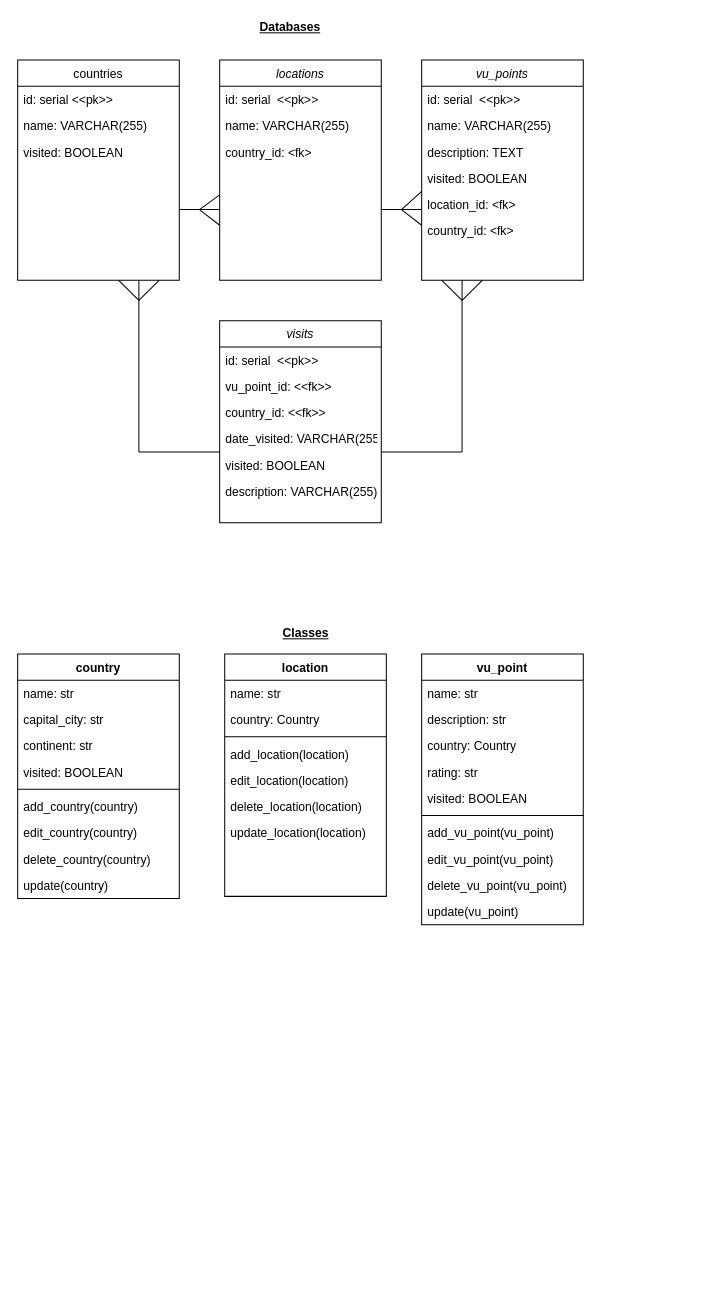
Before: vu_app_diagrams.drawio in crwils/VU-TravelTrackerApp, a draw.io diagram. Source tidied: cells renumbered, new cells numbered last; positions are measured from the earlier drawing's top-left corner, leaving out a move shared by most shapes. Both pictures are drawn from the tidied source at 101%, with x=0, y=0 at pixel (17, 17).
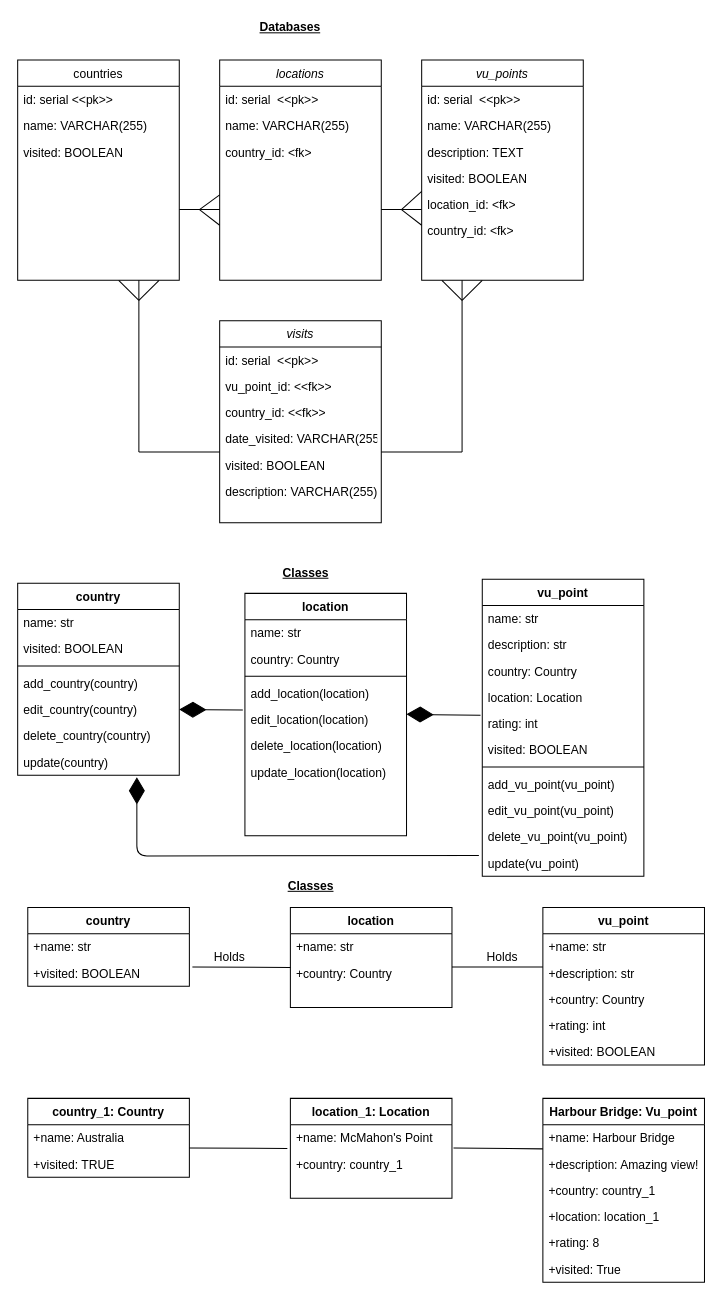
The same page after the edit.

Commit message (it also covers changes not shown here):
changed folder structure

The change refers to these unchanged cells:
```xml
<mxCell id="66" value="edit_location(location)" style="text;strokeColor=none;fillColor=none;align=left;verticalAlign=top;spacingLeft=4;spacingRight=4;overflow=hidden;points=[[0,0.5],[1,0.5]];portConstraint=eastwest;" parent="61" vertex="1">
  <mxGeometry y="112" width="160" height="26" as="geometry" />
</mxCell>
```

The edit, as a diff of the source:
```diff
@@
     <mxCell id="21" value="Classes" style="text;html=1;align=center;verticalAlign=middle;strokeColor=none;fontStyle=5;" parent="1" vertex="1">
-      <mxGeometry x="255" y="600" width="60" height="20" as="geometry" />
+      <mxGeometry x="255" y="540" width="60" height="20" as="geometry" />
     </mxCell>
     <mxCell id="22" value="country" style="swimlane;fontStyle=1;align=center;verticalAlign=top;horizontal=1;startSize=26;" parent="1" vertex="1">
-      <mxGeometry y="630" width="160" height="242" as="geometry" />
+      <mxGeometry y="560" width="160" height="190" as="geometry" />
     </mxCell>
@@
-    <mxCell id="24" value="capital_city: str" style="text;strokeColor=none;fillColor=none;align=left;verticalAlign=top;spacingLeft=4;spacingRight=4;overflow=hidden;" parent="22" vertex="1">
-      <mxGeometry y="52" width="160" height="26" as="geometry" />
-    </mxCell>
-    <mxCell id="25" value="continent: str" style="text;strokeColor=none;fillColor=none;align=left;verticalAlign=top;spacingLeft=4;spacingRight=4;overflow=hidden;" parent="22" vertex="1">
-      <mxGeometry y="78" width="160" height="26" as="geometry" />
-    </mxCell>
     <mxCell id="26" value="visited: BOOLEAN" style="text;strokeColor=none;fillColor=none;align=left;verticalAlign=top;spacingLeft=4;spacingRight=4;overflow=hidden;" parent="22" vertex="1">
-      <mxGeometry y="104" width="160" height="26" as="geometry" />
+      <mxGeometry y="52" width="160" height="26" as="geometry" />
     </mxCell>
     <mxCell id="27" style="line;strokeWidth=1;fillColor=none;align=left;verticalAlign=middle;spacingTop=-1;spacingLeft=3;spacingRight=3;labelPosition=right;" parent="22" vertex="1">
-      <mxGeometry y="130" width="160" height="8" as="geometry" />
+      <mxGeometry y="78" width="160" height="8" as="geometry" />
     </mxCell>
     <mxCell id="28" value="add_country(country)" style="text;strokeColor=none;fillColor=none;align=left;verticalAlign=top;spacingLeft=4;spacingRight=4;overflow=hidden;" parent="22" vertex="1">
-      <mxGeometry y="138" width="160" height="26" as="geometry" />
+      <mxGeometry y="86" width="160" height="26" as="geometry" />
     </mxCell>
     <mxCell id="29" value="edit_country(country)" style="text;strokeColor=none;fillColor=none;align=left;verticalAlign=top;spacingLeft=4;spacingRight=4;overflow=hidden;points=[[0,0.5],[1,0.5]];portConstraint=eastwest;" parent="22" vertex="1">
-      <mxGeometry y="164" width="160" height="26" as="geometry" />
+      <mxGeometry y="112" width="160" height="26" as="geometry" />
     </mxCell>
     <mxCell id="30" value="delete_country(country)" style="text;strokeColor=none;fillColor=none;align=left;verticalAlign=top;spacingLeft=4;spacingRight=4;overflow=hidden;" parent="22" vertex="1">
-      <mxGeometry y="190" width="160" height="26" as="geometry" />
+      <mxGeometry y="138" width="160" height="26" as="geometry" />
     </mxCell>
     <mxCell id="31" value="update(country)" style="text;strokeColor=none;fillColor=none;align=left;verticalAlign=top;spacingLeft=4;spacingRight=4;overflow=hidden;" parent="22" vertex="1">
-      <mxGeometry y="216" width="160" height="26" as="geometry" />
+      <mxGeometry y="164" width="160" height="26" as="geometry" />
     </mxCell>
     <mxCell id="32" value="vu_point" style="swimlane;fontStyle=1;align=center;verticalAlign=top;horizontal=1;startSize=26;" parent="1" vertex="1">
-      <mxGeometry x="400" y="630" width="160" height="268" as="geometry" />
+      <mxGeometry x="460" y="556" width="160" height="294" as="geometry" />
     </mxCell>
@@
+    <mxCell id="69" value="location: Location" style="text;strokeColor=none;fillColor=none;align=left;verticalAlign=top;spacingLeft=4;spacingRight=4;overflow=hidden;" parent="32" vertex="1">
+      <mxGeometry y="104" width="160" height="26" as="geometry" />
+    </mxCell>
-    <mxCell id="36" value="rating: str" style="text;strokeColor=none;fillColor=none;align=left;verticalAlign=top;spacingLeft=4;spacingRight=4;overflow=hidden;points=[[0,0.5],[1,0.5]];portConstraint=eastwest;" parent="32" vertex="1">
-      <mxGeometry y="104" width="160" height="26" as="geometry" />
+    <mxCell id="36" value="rating: int" style="text;strokeColor=none;fillColor=none;align=left;verticalAlign=top;spacingLeft=4;spacingRight=4;overflow=hidden;points=[[0,0.5],[1,0.5]];portConstraint=eastwest;" parent="32" vertex="1">
+      <mxGeometry y="130" width="160" height="26" as="geometry" />
     </mxCell>
     <mxCell id="37" value="visited: BOOLEAN" style="text;strokeColor=none;fillColor=none;align=left;verticalAlign=top;spacingLeft=4;spacingRight=4;overflow=hidden;" parent="32" vertex="1">
-      <mxGeometry y="130" width="160" height="26" as="geometry" />
+      <mxGeometry y="156" width="160" height="26" as="geometry" />
     </mxCell>
     <mxCell id="38" style="line;strokeWidth=1;fillColor=none;align=left;verticalAlign=middle;spacingTop=-1;spacingLeft=3;spacingRight=3;labelPosition=right;" parent="32" vertex="1">
-      <mxGeometry y="156" width="160" height="8" as="geometry" />
+      <mxGeometry y="182" width="160" height="8" as="geometry" />
     </mxCell>
     <mxCell id="39" value="add_vu_point(vu_point)" style="text;strokeColor=none;fillColor=none;align=left;verticalAlign=top;spacingLeft=4;spacingRight=4;overflow=hidden;" parent="32" vertex="1">
-      <mxGeometry y="164" width="160" height="26" as="geometry" />
+      <mxGeometry y="190" width="160" height="26" as="geometry" />
     </mxCell>
     <mxCell id="40" value="edit_vu_point(vu_point)" style="text;strokeColor=none;fillColor=none;align=left;verticalAlign=top;spacingLeft=4;spacingRight=4;overflow=hidden;" parent="32" vertex="1">
-      <mxGeometry y="190" width="160" height="26" as="geometry" />
+      <mxGeometry y="216" width="160" height="26" as="geometry" />
     </mxCell>
     <mxCell id="41" value="delete_vu_point(vu_point)" style="text;strokeColor=none;fillColor=none;align=left;verticalAlign=top;spacingLeft=4;spacingRight=4;overflow=hidden;" parent="32" vertex="1">
-      <mxGeometry y="216" width="160" height="26" as="geometry" />
+      <mxGeometry y="242" width="160" height="26" as="geometry" />
     </mxCell>
     <mxCell id="42" value="update(vu_point)" style="text;strokeColor=none;fillColor=none;align=left;verticalAlign=top;spacingLeft=4;spacingRight=4;overflow=hidden;points=[[0,0.5],[1,0.5]];portConstraint=eastwest;" parent="32" vertex="1">
-      <mxGeometry y="242" width="160" height="26" as="geometry" />
+      <mxGeometry y="268" width="160" height="26" as="geometry" />
     </mxCell>
@@
     <mxCell id="61" value="location" style="swimlane;fontStyle=1;align=center;verticalAlign=top;horizontal=1;startSize=26;rounded=0;shadow=0;strokeWidth=1;" parent="1" vertex="1">
-      <mxGeometry x="205" y="630" width="160" height="240" as="geometry" />
+      <mxGeometry x="225" y="570" width="160" height="240" as="geometry" />
     </mxCell>
@@
+    <mxCell id="70" value="Classes" style="text;html=1;align=center;verticalAlign=middle;strokeColor=none;fontStyle=5;" parent="1" vertex="1">
+      <mxGeometry x="260" y="850" width="60" height="20" as="geometry" />
+    </mxCell>
+    <mxCell id="71" value="country" style="swimlane;fontStyle=1;align=center;verticalAlign=top;horizontal=1;startSize=26;" parent="1" vertex="1">
+      <mxGeometry x="10" y="881" width="160" height="78" as="geometry" />
+    </mxCell>
+    <mxCell id="72" value="+name: str" style="text;strokeColor=none;fillColor=none;align=left;verticalAlign=top;spacingLeft=4;spacingRight=4;overflow=hidden;" parent="71" vertex="1">
+      <mxGeometry y="26" width="160" height="26" as="geometry" />
+    </mxCell>
+    <mxCell id="73" value="+visited: BOOLEAN" style="text;strokeColor=none;fillColor=none;align=left;verticalAlign=top;spacingLeft=4;spacingRight=4;overflow=hidden;" parent="71" vertex="1">
+      <mxGeometry y="52" width="160" height="26" as="geometry" />
+    </mxCell>
+    <mxCell id="74" value="vu_point" style="swimlane;fontStyle=1;align=center;verticalAlign=top;horizontal=1;startSize=26;" parent="1" vertex="1">
+      <mxGeometry x="520" y="881" width="160" height="156" as="geometry" />
+    </mxCell>
+    <mxCell id="75" value="+name: str" style="text;strokeColor=none;fillColor=none;align=left;verticalAlign=top;spacingLeft=4;spacingRight=4;overflow=hidden;" parent="74" vertex="1">
+      <mxGeometry y="26" width="160" height="26" as="geometry" />
+    </mxCell>
+    <mxCell id="76" value="+description: str" style="text;strokeColor=none;fillColor=none;align=left;verticalAlign=top;spacingLeft=4;spacingRight=4;overflow=hidden;" parent="74" vertex="1">
+      <mxGeometry y="52" width="160" height="26" as="geometry" />
+    </mxCell>
+    <mxCell id="77" value="+country: Country" style="text;strokeColor=none;fillColor=none;align=left;verticalAlign=top;spacingLeft=4;spacingRight=4;overflow=hidden;" parent="74" vertex="1">
+      <mxGeometry y="78" width="160" height="26" as="geometry" />
+    </mxCell>
+    <mxCell id="78" value="+rating: int" style="text;strokeColor=none;fillColor=none;align=left;verticalAlign=top;spacingLeft=4;spacingRight=4;overflow=hidden;" parent="74" vertex="1">
+      <mxGeometry y="104" width="160" height="26" as="geometry" />
+    </mxCell>
+    <mxCell id="79" value="+visited: BOOLEAN" style="text;strokeColor=none;fillColor=none;align=left;verticalAlign=top;spacingLeft=4;spacingRight=4;overflow=hidden;" parent="74" vertex="1">
+      <mxGeometry y="130" width="160" height="26" as="geometry" />
+    </mxCell>
+    <mxCell id="80" value="location" style="swimlane;fontStyle=1;align=center;verticalAlign=top;horizontal=1;startSize=26;rounded=0;shadow=0;strokeWidth=1;" parent="1" vertex="1">
+      <mxGeometry x="270" y="881" width="160" height="99" as="geometry" />
+    </mxCell>
+    <mxCell id="81" value="+name: str" style="text;align=left;verticalAlign=top;spacingLeft=4;spacingRight=4;overflow=hidden;" parent="80" vertex="1">
+      <mxGeometry y="26" width="160" height="26" as="geometry" />
+    </mxCell>
+    <mxCell id="82" value="+country: Country" style="text;align=left;verticalAlign=top;spacingLeft=4;spacingRight=4;overflow=hidden;points=[[0,0.5],[1,0.5]];portConstraint=eastwest;rounded=0;shadow=0;html=0;" parent="80" vertex="1">
+      <mxGeometry y="52" width="160" height="26" as="geometry" />
+    </mxCell>
+    <mxCell id="83" value="country_1: Country" style="swimlane;fontStyle=1;align=center;verticalAlign=top;horizontal=1;startSize=26;" parent="1" vertex="1">
+      <mxGeometry x="10" y="1070" width="160" height="78" as="geometry" />
+    </mxCell>
+    <mxCell id="84" value="+name: Australia" style="text;strokeColor=none;fillColor=none;align=left;verticalAlign=top;spacingLeft=4;spacingRight=4;overflow=hidden;" parent="83" vertex="1">
+      <mxGeometry y="26" width="160" height="26" as="geometry" />
+    </mxCell>
+    <mxCell id="85" value="+visited: TRUE" style="text;strokeColor=none;fillColor=none;align=left;verticalAlign=top;spacingLeft=4;spacingRight=4;overflow=hidden;" parent="83" vertex="1">
+      <mxGeometry y="52" width="160" height="26" as="geometry" />
+    </mxCell>
+    <mxCell id="86" value="Harbour Bridge: Vu_point" style="swimlane;fontStyle=1;align=center;verticalAlign=top;horizontal=1;startSize=26;" parent="1" vertex="1">
+      <mxGeometry x="520" y="1070" width="160" height="182" as="geometry" />
+    </mxCell>
+    <mxCell id="87" value="+name: Harbour Bridge" style="text;strokeColor=none;fillColor=none;align=left;verticalAlign=top;spacingLeft=4;spacingRight=4;overflow=hidden;" parent="86" vertex="1">
+      <mxGeometry y="26" width="160" height="26" as="geometry" />
+    </mxCell>
+    <mxCell id="88" value="+description: Amazing view!" style="text;strokeColor=none;fillColor=none;align=left;verticalAlign=top;spacingLeft=4;spacingRight=4;overflow=hidden;" parent="86" vertex="1">
+      <mxGeometry y="52" width="160" height="26" as="geometry" />
+    </mxCell>
+    <mxCell id="89" value="+country: country_1" style="text;strokeColor=none;fillColor=none;align=left;verticalAlign=top;spacingLeft=4;spacingRight=4;overflow=hidden;" parent="86" vertex="1">
+      <mxGeometry y="78" width="160" height="26" as="geometry" />
+    </mxCell>
+    <mxCell id="90" value="+location: location_1" style="text;strokeColor=none;fillColor=none;align=left;verticalAlign=top;spacingLeft=4;spacingRight=4;overflow=hidden;" parent="86" vertex="1">
+      <mxGeometry y="104" width="160" height="26" as="geometry" />
+    </mxCell>
+    <mxCell id="91" value="+rating: 8" style="text;strokeColor=none;fillColor=none;align=left;verticalAlign=top;spacingLeft=4;spacingRight=4;overflow=hidden;" parent="86" vertex="1">
+      <mxGeometry y="130" width="160" height="26" as="geometry" />
+    </mxCell>
+    <mxCell id="92" value="+visited: True" style="text;strokeColor=none;fillColor=none;align=left;verticalAlign=top;spacingLeft=4;spacingRight=4;overflow=hidden;" parent="86" vertex="1">
+      <mxGeometry y="156" width="160" height="26" as="geometry" />
+    </mxCell>
+    <mxCell id="93" value="location_1: Location" style="swimlane;fontStyle=1;align=center;verticalAlign=top;horizontal=1;startSize=26;rounded=0;shadow=0;strokeWidth=1;" parent="1" vertex="1">
+      <mxGeometry x="270" y="1070" width="160" height="99" as="geometry" />
+    </mxCell>
+    <mxCell id="94" value="+name: McMahon's Point" style="text;align=left;verticalAlign=top;spacingLeft=4;spacingRight=4;overflow=hidden;" parent="93" vertex="1">
+      <mxGeometry y="26" width="160" height="26" as="geometry" />
+    </mxCell>
+    <mxCell id="95" value="+country: country_1" style="text;align=left;verticalAlign=top;spacingLeft=4;spacingRight=4;overflow=hidden;rounded=0;shadow=0;html=0;" parent="93" vertex="1">
+      <mxGeometry y="52" width="160" height="26" as="geometry" />
+    </mxCell>
+    <mxCell id="96" style="endArrow=none;html=1;entryX=0;entryY=0.286;entryDx=0;entryDy=0;entryPerimeter=0;" parent="1" edge="1" target="82">
+      <mxGeometry relative="1" as="geometry">
+        <mxPoint x="173" y="940" as="sourcePoint" />
+      </mxGeometry>
+    </mxCell>
+    <mxCell id="97" style="endArrow=none;html=1;exitX=1.02;exitY=0.286;exitDx=0;exitDy=0;exitPerimeter=0;" parent="1" edge="1">
+      <mxGeometry relative="1" as="geometry">
+        <mxPoint x="430" y="940" as="sourcePoint" />
+        <mxPoint x="520" y="940" as="targetPoint" />
+      </mxGeometry>
+    </mxCell>
+    <mxCell id="98" style="endArrow=none;html=1;entryX=0;entryY=0.286;entryDx=0;entryDy=0;entryPerimeter=0;" parent="1" edge="1">
+      <mxGeometry relative="1" as="geometry">
+        <mxPoint x="170" y="1119.2" as="sourcePoint" />
+        <mxPoint x="267" y="1119.6" as="targetPoint" />
+      </mxGeometry>
+    </mxCell>
+    <mxCell id="99" style="endArrow=none;html=1;" parent="1" edge="1">
+      <mxGeometry relative="1" as="geometry">
+        <mxPoint x="431.5" y="1119.2" as="sourcePoint" />
+        <mxPoint x="520" y="1120" as="targetPoint" />
+      </mxGeometry>
+    </mxCell>
+    <mxCell id="100" value="Holds" style="text;html=1;strokeColor=none;fillColor=none;align=center;verticalAlign=middle;whiteSpace=wrap;rounded=0;" parent="1" vertex="1">
+      <mxGeometry x="190" y="920" width="40" height="20" as="geometry" />
+    </mxCell>
+    <mxCell id="101" value="Holds" style="text;html=1;strokeColor=none;fillColor=none;align=center;verticalAlign=middle;whiteSpace=wrap;rounded=0;" parent="1" vertex="1">
+      <mxGeometry x="460" y="920" width="40" height="20" as="geometry" />
+    </mxCell>
+    <mxCell id="102" style="endArrow=diamondThin;endFill=1;endSize=24;html=1;entryX=1;entryY=0.5;entryDx=0;entryDy=0;exitX=-0.013;exitY=0.137;exitDx=0;exitDy=0;exitPerimeter=0;" parent="1" edge="1" source="66" target="29">
+      <mxGeometry relative="1" as="geometry" />
+    </mxCell>
+    <mxCell id="103" style="endArrow=diamondThin;endFill=1;endSize=24;html=1;entryX=1;entryY=0.5;entryDx=0;entryDy=0;exitX=-0.011;exitY=0.181;exitDx=0;exitDy=0;exitPerimeter=0;" parent="1" edge="1" source="36">
+      <mxGeometry relative="1" as="geometry">
+        <mxPoint x="385" y="689.7" as="targetPoint" />
+      </mxGeometry>
+    </mxCell>
+    <mxCell id="104" style="endArrow=diamondThin;endFill=1;endSize=24;html=1;exitX=-0.021;exitY=0.214;exitDx=0;exitDy=0;exitPerimeter=0;" parent="1" edge="1" source="42">
+      <mxGeometry relative="1" as="geometry">
+        <mxPoint x="118" y="752" as="targetPoint" />
+        <Array as="points">
+          <mxPoint x="118" y="830" />
+        </Array>
+      </mxGeometry>
+    </mxCell>
```
